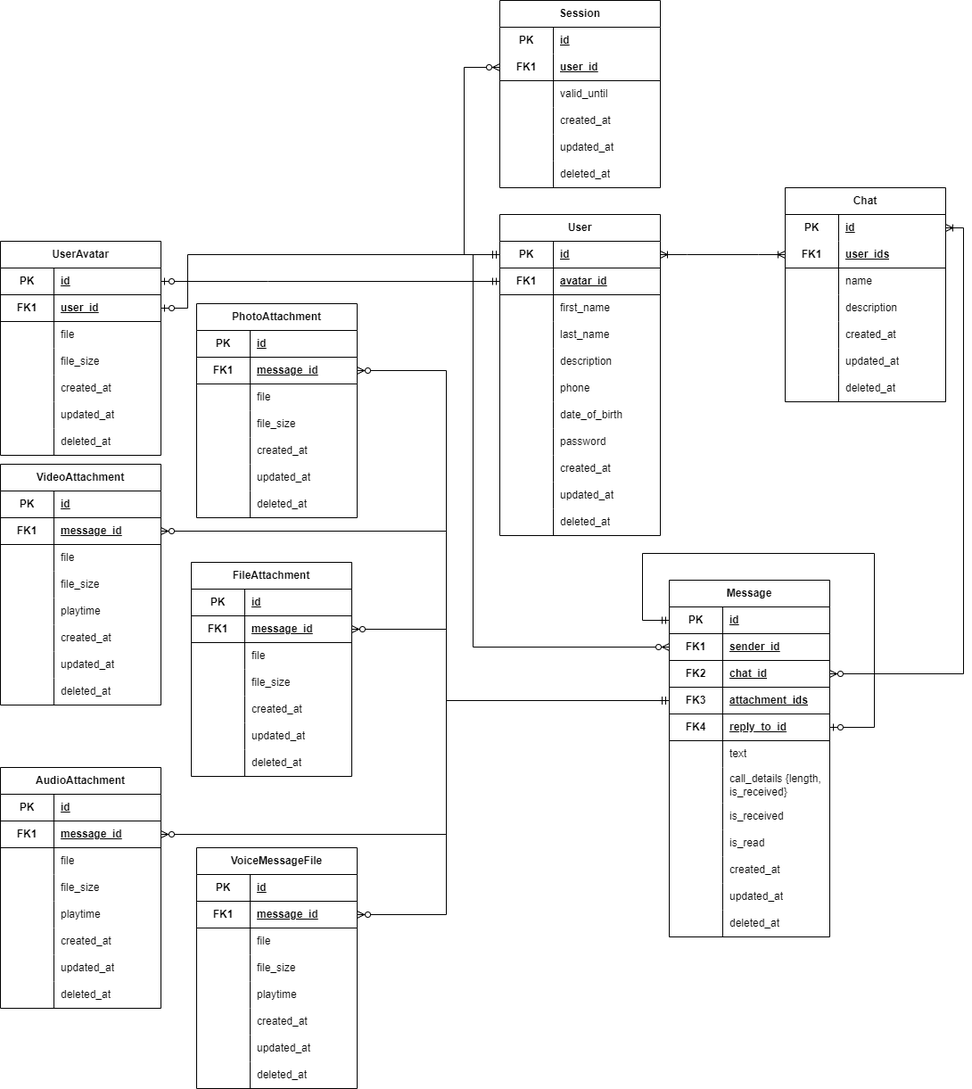
Above: db_logical.drawio.png in Petr09Mitin/technopark-highload-course-proj (draw.io), before the change. Source tidied: cells renumbered, new cells last; positions are measured from the earlier drawing's top-left corner, leaving out a move shared by most shapes.
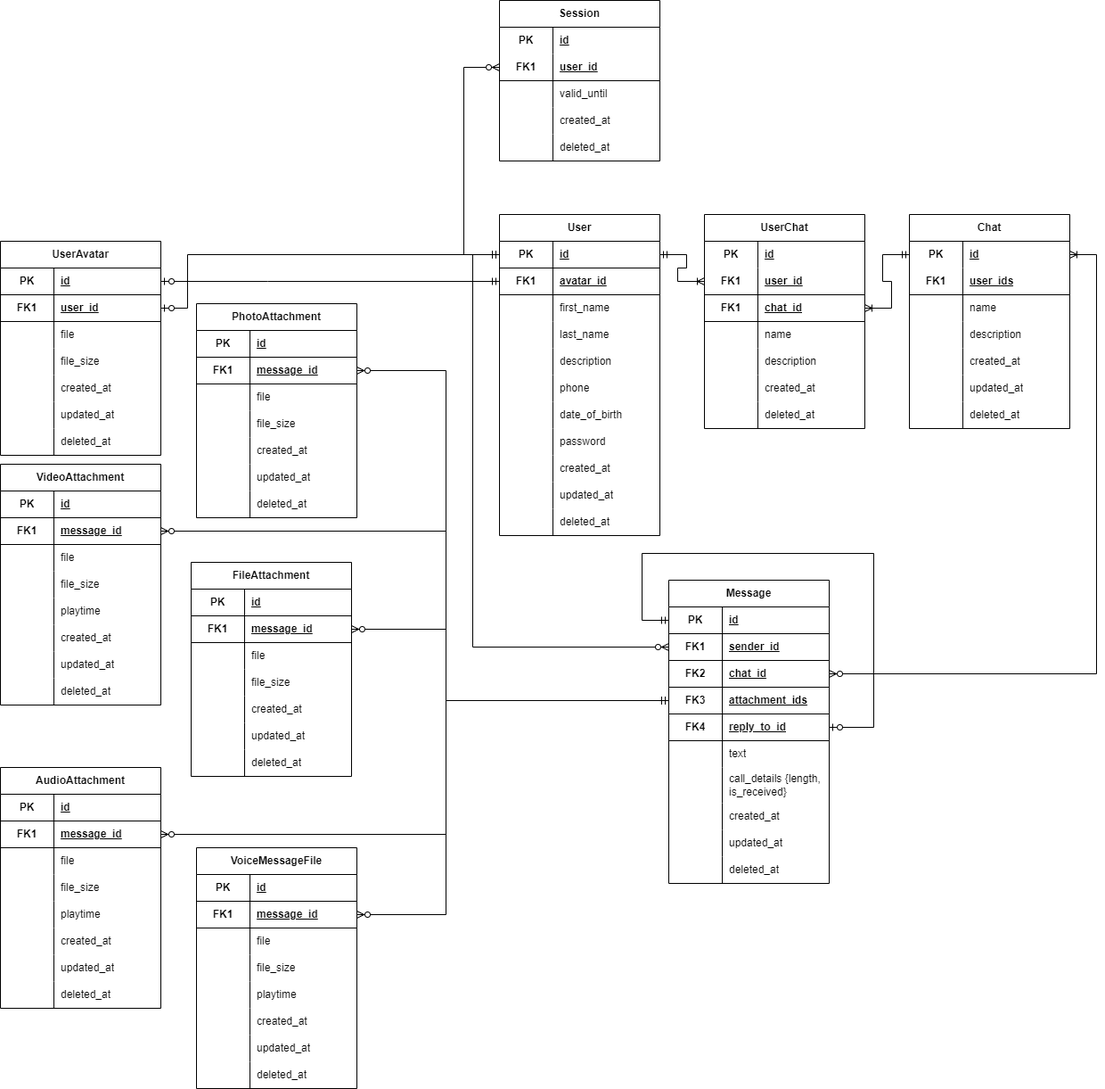
The same file after the commit.

Commit message:
feat: optimize user to chat relation

The edit, as a diff of the source:
```diff
@@ -105,7 +105,7 @@
       <mxGeometry x="60" width="120" height="30" as="geometry" />
     </mxCell>
     <mxCell id="36" value="Message" style="shape=table;startSize=30;rowLines=0;fontStyle=1;align=center;html=1;whiteSpace=wrap;" parent="1" vertex="1">
-      <mxGeometry x="750" y="650" width="180" height="400" as="geometry" />
+      <mxGeometry x="750" y="650" width="180" height="340" as="geometry" />
     </mxCell>
     <mxCell id="37" style="shape=tableRow;horizontal=0;startSize=0;swimlaneHead=0;swimlaneBody=0;fillColor=none;points=[[0,0.5],[1,0.5]];portConstraint=eastwest;top=0;left=0;right=0;bottom=1;html=1;" parent="36" vertex="1">
       <mxGeometry y="30" width="180" height="30" as="geometry" />
@@ -170,26 +170,8 @@
     <mxCell id="57" value="call_details {length, is_received}" style="shape=partialRectangle;fillColor=none;top=0;left=0;bottom=0;right=0;align=left;spacingLeft=6;overflow=hidden;html=1;whiteSpace=wrap;" parent="55" vertex="1">
       <mxGeometry x="60" width="120" height="40" as="geometry" />
     </mxCell>
-    <mxCell id="58" style="shape=tableRow;horizontal=0;startSize=0;swimlaneHead=0;swimlaneBody=0;fillColor=none;top=0;left=0;right=0;bottom=0;html=1;" parent="36" vertex="1">
-      <mxGeometry y="250" width="180" height="30" as="geometry" />
-    </mxCell>
-    <mxCell id="59" style="shape=partialRectangle;fillColor=none;top=0;left=0;bottom=0;right=0;overflow=hidden;html=1;whiteSpace=wrap;" parent="58" vertex="1">
-      <mxGeometry width="60" height="30" as="geometry" />
-    </mxCell>
-    <mxCell id="60" value="is_received" style="shape=partialRectangle;fillColor=none;top=0;left=0;bottom=0;right=0;align=left;spacingLeft=6;overflow=hidden;html=1;whiteSpace=wrap;" parent="58" vertex="1">
-      <mxGeometry x="60" width="120" height="30" as="geometry" />
-    </mxCell>
-    <mxCell id="61" style="shape=tableRow;horizontal=0;startSize=0;swimlaneHead=0;swimlaneBody=0;fillColor=none;top=0;left=0;right=0;bottom=0;html=1;" parent="36" vertex="1">
-      <mxGeometry y="280" width="180" height="30" as="geometry" />
-    </mxCell>
-    <mxCell id="62" style="shape=partialRectangle;fillColor=none;top=0;left=0;bottom=0;right=0;overflow=hidden;html=1;whiteSpace=wrap;" parent="61" vertex="1">
-      <mxGeometry width="60" height="30" as="geometry" />
-    </mxCell>
-    <mxCell id="63" value="is_read" style="shape=partialRectangle;fillColor=none;top=0;left=0;bottom=0;right=0;align=left;spacingLeft=6;overflow=hidden;html=1;whiteSpace=wrap;" parent="61" vertex="1">
-      <mxGeometry x="60" width="120" height="30" as="geometry" />
-    </mxCell>
     <mxCell id="64" style="shape=tableRow;horizontal=0;startSize=0;swimlaneHead=0;swimlaneBody=0;fillColor=none;top=0;left=0;right=0;bottom=0;html=1;" parent="36" vertex="1">
-      <mxGeometry y="310" width="180" height="30" as="geometry" />
+      <mxGeometry y="250" width="180" height="30" as="geometry" />
     </mxCell>
     <mxCell id="65" style="shape=partialRectangle;fillColor=none;top=0;left=0;bottom=0;right=0;overflow=hidden;html=1;whiteSpace=wrap;" parent="64" vertex="1">
       <mxGeometry width="60" height="30" as="geometry" />
@@ -198,7 +180,7 @@
       <mxGeometry x="60" width="120" height="30" as="geometry" />
     </mxCell>
     <mxCell id="67" style="shape=tableRow;horizontal=0;startSize=0;swimlaneHead=0;swimlaneBody=0;fillColor=none;top=0;left=0;right=0;bottom=0;html=1;" parent="36" vertex="1">
-      <mxGeometry y="340" width="180" height="30" as="geometry" />
+      <mxGeometry y="280" width="180" height="30" as="geometry" />
     </mxCell>
     <mxCell id="68" style="shape=partialRectangle;fillColor=none;top=0;left=0;bottom=0;right=0;overflow=hidden;html=1;whiteSpace=wrap;" parent="67" vertex="1">
       <mxGeometry width="60" height="30" as="geometry" />
@@ -207,7 +189,7 @@
       <mxGeometry x="60" width="120" height="30" as="geometry" />
     </mxCell>
     <mxCell id="70" style="shape=tableRow;horizontal=0;startSize=0;swimlaneHead=0;swimlaneBody=0;fillColor=none;top=0;left=0;right=0;bottom=0;html=1;" parent="36" vertex="1">
-      <mxGeometry y="370" width="180" height="30" as="geometry" />
+      <mxGeometry y="310" width="180" height="30" as="geometry" />
     </mxCell>
     <mxCell id="71" style="shape=partialRectangle;fillColor=none;top=0;left=0;bottom=0;right=0;overflow=hidden;html=1;whiteSpace=wrap;" parent="70" vertex="1">
       <mxGeometry width="60" height="30" as="geometry" />
@@ -226,7 +208,7 @@
       </mxGeometry>
     </mxCell>
     <mxCell id="74" value="Chat" style="shape=table;startSize=30;rowLines=0;fontStyle=1;align=center;html=1;whiteSpace=wrap;" parent="1" vertex="1">
-      <mxGeometry x="880" y="210" width="180" height="240" as="geometry" />
+      <mxGeometry x="1020" y="240" width="180" height="240" as="geometry" />
     </mxCell>
     <mxCell id="75" style="shape=tableRow;horizontal=0;startSize=0;swimlaneHead=0;swimlaneBody=0;fillColor=none;points=[[0,0.5],[1,0.5]];portConstraint=eastwest;top=0;left=0;right=0;bottom=0;html=1;" parent="74" vertex="1">
       <mxGeometry y="30" width="180" height="30" as="geometry" />
@@ -366,9 +348,6 @@
     <mxCell id="120" value="deleted_at" style="shape=partialRectangle;fillColor=none;top=0;left=0;bottom=0;right=0;align=left;spacingLeft=6;overflow=hidden;html=1;whiteSpace=wrap;" parent="118" vertex="1">
       <mxGeometry x="60" width="120" height="30" as="geometry" />
     </mxCell>
-    <mxCell id="121" style="edgeStyle=entityRelationEdgeStyle;fontSize=12;html=1;endArrow=ERoneToMany;startArrow=ERoneToMany;rounded=0;exitX=1;exitY=0.5;exitDx=0;exitDy=0;entryX=0;entryY=0.5;entryDx=0;entryDy=0;" parent="1" edge="1" source="3" target="78">
-      <mxGeometry relative="1" as="geometry" />
-    </mxCell>
     <mxCell id="122" value="PhotoAttachment" style="shape=table;startSize=30;rowLines=0;fontStyle=1;align=center;html=1;whiteSpace=wrap;" parent="1" vertex="1">
       <mxGeometry x="220" y="340" width="180" height="240" as="geometry" />
     </mxCell>
@@ -662,7 +641,8 @@
     <mxCell id="217" style="edgeStyle=elbowEdgeStyle;fontSize=12;html=1;endArrow=ERoneToMany;startArrow=ERzeroToMany;rounded=0;entryX=1;entryY=0.5;entryDx=0;entryDy=0;exitX=1;exitY=0.5;exitDx=0;exitDy=0;" parent="1" edge="1" source="43" target="75">
       <mxGeometry relative="1" as="geometry">
         <Array as="points">
-          <mxPoint x="1080" y="510" />
+          <mxPoint x="1230" y="420" />
+          <mxPoint x="1200" y="500" />
         </Array>
       </mxGeometry>
     </mxCell>
@@ -780,7 +760,7 @@
       </mxGeometry>
     </mxCell>
     <mxCell id="246" value="Session" style="shape=table;startSize=30;rowLines=0;fontStyle=1;align=center;html=1;whiteSpace=wrap;" parent="1" vertex="1">
-      <mxGeometry x="560" width="180" height="210" as="geometry" />
+      <mxGeometry x="560" width="180" height="180" as="geometry" />
     </mxCell>
     <mxCell id="247" style="shape=tableRow;horizontal=0;startSize=0;swimlaneHead=0;swimlaneBody=0;fillColor=none;top=0;left=0;right=0;bottom=0;html=1;" parent="246" vertex="1">
       <mxGeometry y="30" width="180" height="30" as="geometry" />
@@ -818,17 +798,8 @@
     <mxCell id="258" value="created_at" style="shape=partialRectangle;fillColor=none;top=0;left=0;bottom=0;right=0;align=left;spacingLeft=6;overflow=hidden;html=1;whiteSpace=wrap;" parent="256" vertex="1">
       <mxGeometry x="60" width="120" height="30" as="geometry" />
     </mxCell>
-    <mxCell id="259" style="shape=tableRow;horizontal=0;startSize=0;swimlaneHead=0;swimlaneBody=0;fillColor=none;top=0;left=0;right=0;bottom=0;html=1;" parent="246" vertex="1">
-      <mxGeometry y="150" width="180" height="30" as="geometry" />
-    </mxCell>
-    <mxCell id="260" style="shape=partialRectangle;fillColor=none;top=0;left=0;bottom=0;right=0;overflow=hidden;html=1;whiteSpace=wrap;" parent="259" vertex="1">
-      <mxGeometry width="60" height="30" as="geometry" />
-    </mxCell>
-    <mxCell id="261" value="updated_at" style="shape=partialRectangle;fillColor=none;top=0;left=0;bottom=0;right=0;align=left;spacingLeft=6;overflow=hidden;html=1;whiteSpace=wrap;" parent="259" vertex="1">
-      <mxGeometry x="60" width="120" height="30" as="geometry" />
-    </mxCell>
     <mxCell id="262" style="shape=tableRow;horizontal=0;startSize=0;swimlaneHead=0;swimlaneBody=0;fillColor=none;top=0;left=0;right=0;bottom=0;html=1;" parent="246" vertex="1">
-      <mxGeometry y="180" width="180" height="30" as="geometry" />
+      <mxGeometry y="150" width="180" height="30" as="geometry" />
     </mxCell>
     <mxCell id="263" style="shape=partialRectangle;fillColor=none;top=0;left=0;bottom=0;right=0;overflow=hidden;html=1;whiteSpace=wrap;" parent="262" vertex="1">
       <mxGeometry width="60" height="30" as="geometry" />
@@ -854,5 +825,87 @@
         </Array>
       </mxGeometry>
     </mxCell>
+    <mxCell id="267" value="UserChat" style="shape=table;startSize=30;rowLines=0;fontStyle=1;align=center;html=1;whiteSpace=wrap;" parent="1" vertex="1">
+      <mxGeometry x="790" y="240" width="180" height="240" as="geometry" />
+    </mxCell>
+    <mxCell id="268" style="shape=tableRow;horizontal=0;startSize=0;swimlaneHead=0;swimlaneBody=0;fillColor=none;top=0;left=0;right=0;bottom=0;html=1;" parent="267" vertex="1">
+      <mxGeometry y="30" width="180" height="30" as="geometry" />
+    </mxCell>
+    <mxCell id="269" value="PK" style="shape=partialRectangle;fillColor=none;top=0;left=0;bottom=0;right=0;fontStyle=1;overflow=hidden;html=1;whiteSpace=wrap;" parent="268" vertex="1">
+      <mxGeometry width="60" height="30" as="geometry" />
+    </mxCell>
+    <mxCell id="270" value="id" style="shape=partialRectangle;fillColor=none;top=0;left=0;bottom=0;right=0;align=left;spacingLeft=6;fontStyle=5;overflow=hidden;html=1;whiteSpace=wrap;" parent="268" vertex="1">
+      <mxGeometry x="60" width="120" height="30" as="geometry" />
+    </mxCell>
+    <mxCell id="271" style="shape=tableRow;horizontal=0;startSize=0;swimlaneHead=0;swimlaneBody=0;fillColor=none;points=[[0,0.5],[1,0.5]];portConstraint=eastwest;top=0;left=0;right=0;bottom=1;html=1;" parent="267" vertex="1">
+      <mxGeometry y="60" width="180" height="30" as="geometry" />
+    </mxCell>
+    <mxCell id="272" value="FK1" style="shape=partialRectangle;fillColor=none;top=0;left=0;bottom=0;right=0;fontStyle=1;overflow=hidden;html=1;whiteSpace=wrap;" parent="271" vertex="1">
+      <mxGeometry width="60" height="30" as="geometry" />
+    </mxCell>
+    <mxCell id="273" value="user_id" style="shape=partialRectangle;fillColor=none;top=0;left=0;bottom=0;right=0;align=left;spacingLeft=6;fontStyle=5;overflow=hidden;html=1;whiteSpace=wrap;" parent="271" vertex="1">
+      <mxGeometry x="60" width="120" height="30" as="geometry" />
+    </mxCell>
+    <mxCell id="274" style="shape=tableRow;horizontal=0;startSize=0;swimlaneHead=0;swimlaneBody=0;fillColor=none;points=[[0,0.5],[1,0.5]];portConstraint=eastwest;top=0;left=0;right=0;bottom=1;html=1;" parent="267" vertex="1">
+      <mxGeometry y="90" width="180" height="30" as="geometry" />
+    </mxCell>
+    <mxCell id="275" value="FK1" style="shape=partialRectangle;fillColor=none;top=0;left=0;bottom=0;right=0;fontStyle=1;overflow=hidden;html=1;whiteSpace=wrap;" parent="274" vertex="1">
+      <mxGeometry width="60" height="30" as="geometry" />
+    </mxCell>
+    <mxCell id="276" value="chat_id" style="shape=partialRectangle;fillColor=none;top=0;left=0;bottom=0;right=0;align=left;spacingLeft=6;fontStyle=5;overflow=hidden;html=1;whiteSpace=wrap;" parent="274" vertex="1">
+      <mxGeometry x="60" width="120" height="30" as="geometry" />
+    </mxCell>
+    <mxCell id="277" style="shape=tableRow;horizontal=0;startSize=0;swimlaneHead=0;swimlaneBody=0;fillColor=none;top=0;left=0;right=0;bottom=0;html=1;" parent="267" vertex="1">
+      <mxGeometry y="120" width="180" height="30" as="geometry" />
+    </mxCell>
+    <mxCell id="278" style="shape=partialRectangle;fillColor=none;top=0;left=0;bottom=0;right=0;overflow=hidden;html=1;whiteSpace=wrap;" parent="277" vertex="1">
+      <mxGeometry width="60" height="30" as="geometry" />
+    </mxCell>
+    <mxCell id="279" value="name" style="shape=partialRectangle;fillColor=none;top=0;left=0;bottom=0;right=0;align=left;spacingLeft=6;overflow=hidden;html=1;whiteSpace=wrap;" parent="277" vertex="1">
+      <mxGeometry x="60" width="120" height="30" as="geometry" />
+    </mxCell>
+    <mxCell id="259" style="shape=tableRow;horizontal=0;startSize=0;swimlaneHead=0;swimlaneBody=0;fillColor=none;top=0;left=0;right=0;bottom=0;html=1;" parent="267" vertex="1">
+      <mxGeometry y="150" width="180" height="30" as="geometry" />
+    </mxCell>
+    <mxCell id="280" style="shape=partialRectangle;fillColor=none;top=0;left=0;bottom=0;right=0;overflow=hidden;html=1;whiteSpace=wrap;" parent="259" vertex="1">
+      <mxGeometry width="60" height="30" as="geometry" />
+    </mxCell>
+    <mxCell id="281" value="description" style="shape=partialRectangle;fillColor=none;top=0;left=0;bottom=0;right=0;align=left;spacingLeft=6;overflow=hidden;html=1;whiteSpace=wrap;" parent="259" vertex="1">
+      <mxGeometry x="60" width="120" height="30" as="geometry" />
+    </mxCell>
+    <mxCell id="282" style="shape=tableRow;horizontal=0;startSize=0;swimlaneHead=0;swimlaneBody=0;fillColor=none;top=0;left=0;right=0;bottom=0;html=1;" parent="267" vertex="1">
+      <mxGeometry y="180" width="180" height="30" as="geometry" />
+    </mxCell>
+    <mxCell id="283" style="shape=partialRectangle;fillColor=none;top=0;left=0;bottom=0;right=0;overflow=hidden;html=1;whiteSpace=wrap;" parent="282" vertex="1">
+      <mxGeometry width="60" height="30" as="geometry" />
+    </mxCell>
+    <mxCell id="284" value="created_at" style="shape=partialRectangle;fillColor=none;top=0;left=0;bottom=0;right=0;align=left;spacingLeft=6;overflow=hidden;html=1;whiteSpace=wrap;" parent="282" vertex="1">
+      <mxGeometry x="60" width="120" height="30" as="geometry" />
+    </mxCell>
+    <mxCell id="285" style="shape=tableRow;horizontal=0;startSize=0;swimlaneHead=0;swimlaneBody=0;fillColor=none;top=0;left=0;right=0;bottom=0;html=1;" parent="267" vertex="1">
+      <mxGeometry y="210" width="180" height="30" as="geometry" />
+    </mxCell>
+    <mxCell id="286" style="shape=partialRectangle;fillColor=none;top=0;left=0;bottom=0;right=0;overflow=hidden;html=1;whiteSpace=wrap;" parent="285" vertex="1">
+      <mxGeometry width="60" height="30" as="geometry" />
+    </mxCell>
+    <mxCell id="287" value="deleted_at" style="shape=partialRectangle;fillColor=none;top=0;left=0;bottom=0;right=0;align=left;spacingLeft=6;overflow=hidden;html=1;whiteSpace=wrap;" parent="285" vertex="1">
+      <mxGeometry x="60" width="120" height="30" as="geometry" />
+    </mxCell>
+    <mxCell id="288" style="edgeStyle=entityRelationEdgeStyle;fontSize=12;html=1;endArrow=ERoneToMany;startArrow=ERmandOne;rounded=0;exitX=0;exitY=0.5;exitDx=0;exitDy=0;entryX=1;entryY=0.5;entryDx=0;entryDy=0;" parent="1" edge="1" source="75" target="274">
+      <mxGeometry relative="1" as="geometry">
+        <Array as="points">
+          <mxPoint x="770" y="300" />
+          <mxPoint x="760" y="300" />
+        </Array>
+      </mxGeometry>
+    </mxCell>
+    <mxCell id="289" style="edgeStyle=entityRelationEdgeStyle;fontSize=12;html=1;endArrow=ERoneToMany;startArrow=ERmandOne;rounded=0;exitX=1;exitY=0.5;exitDx=0;exitDy=0;entryX=0;entryY=0.5;entryDx=0;entryDy=0;" parent="1" edge="1" source="3" target="271">
+      <mxGeometry relative="1" as="geometry">
+        <Array as="points">
+          <mxPoint x="760" y="290" />
+          <mxPoint x="750" y="290" />
+        </Array>
+      </mxGeometry>
+    </mxCell>
   </root>
 </mxGraphModel>
```
